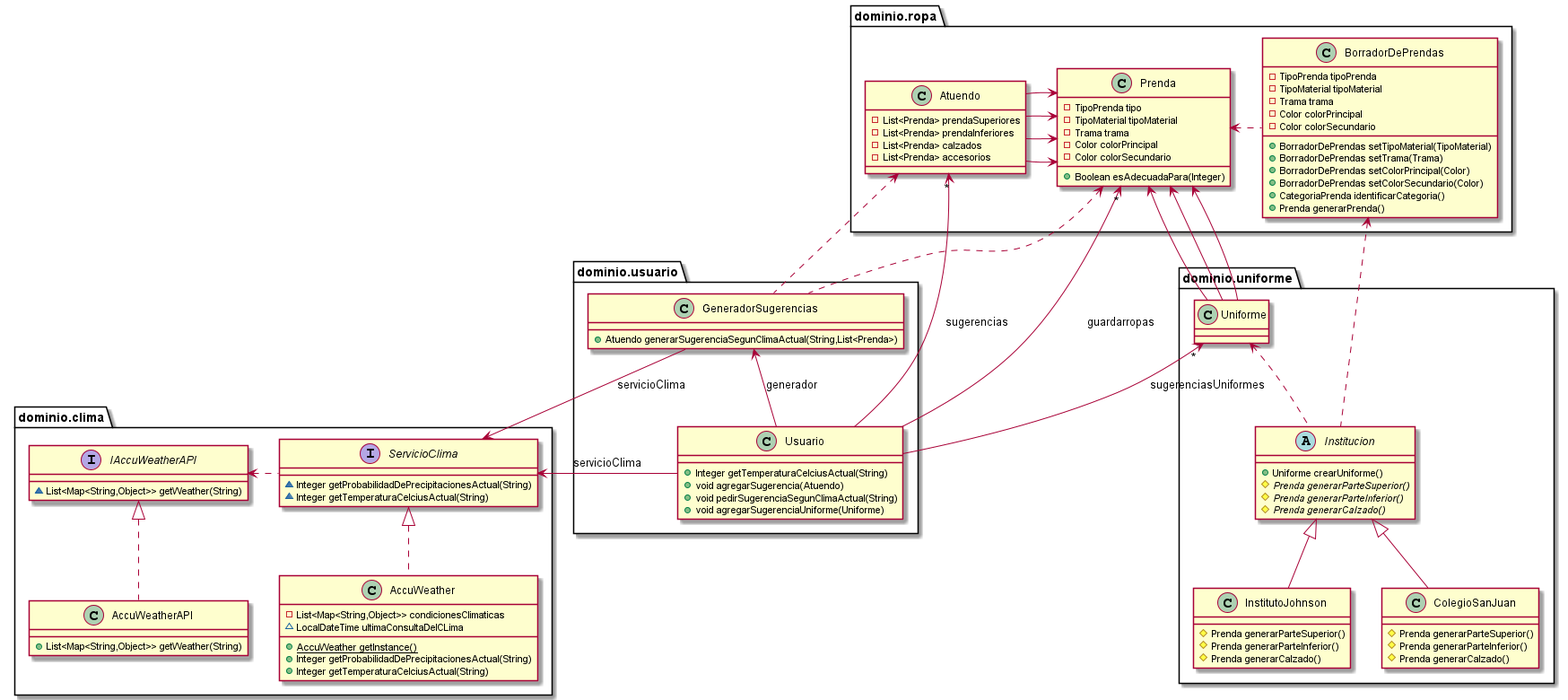
Earlier version of the PlantUML export diagramas/QMP4.png (AlejandroDeheza/QMP). Source of this version:
```plantuml
@startuml
abstract class dominio.uniforme.Institucion {
+ Uniforme crearUniforme()
# {abstract}Prenda generarParteSuperior()
# {abstract}Prenda generarParteInferior()
# {abstract}Prenda generarCalzado()
}
class dominio.clima.AccuWeatherAPI {
+ List<Map<String,Object>> getWeather(String)
}
interface dominio.clima.IAccuWeatherAPI {
~ List<Map<String,Object>> getWeather(String)
}
class dominio.uniforme.InstitutoJohnson {
# Prenda generarParteSuperior()
# Prenda generarParteInferior()
# Prenda generarCalzado()
}
class dominio.usuario.Usuario {
+ Integer getTemperaturaCelciusActual(String)
+ void agregarSugerencia(Atuendo)
+ void pedirSugerenciaSegunClimaActual(String)
+ void agregarSugerenciaUniforme(Uniforme)
}
class dominio.ropa.BorradorDePrendas {
- TipoPrenda tipoPrenda
- TipoMaterial tipoMaterial
- Trama trama
- Color colorPrincipal
- Color colorSecundario
+ BorradorDePrendas setTipoMaterial(TipoMaterial)
+ BorradorDePrendas setTrama(Trama)
+ BorradorDePrendas setColorPrincipal(Color)
+ BorradorDePrendas setColorSecundario(Color)
+ CategoriaPrenda identificarCategoria()
+ Prenda generarPrenda()
}
class dominio.clima.AccuWeather {
- List<Map<String,Object>> condicionesClimaticas
~ LocalDateTime ultimaConsultaDelCLima
+ {static} AccuWeather getInstance()
+ Integer getProbabilidadDePrecipitacionesActual(String)
+ Integer getTemperaturaCelciusActual(String)
}
class dominio.uniforme.ColegioSanJuan {
# Prenda generarParteSuperior()
# Prenda generarParteInferior()
# Prenda generarCalzado()
}
class dominio.usuario.GeneradorSugerencias {
+ Atuendo generarSugerenciaSegunClimaActual(String,List<Prenda>)
}
interface dominio.clima.ServicioClima {
~ Integer getProbabilidadDePrecipitacionesActual(String)
~ Integer getTemperaturaCelciusActual(String)
}
class dominio.uniforme.Uniforme {
}
class dominio.ropa.Prenda {
- TipoPrenda tipo
- TipoMaterial tipoMaterial
- Trama trama
- Color colorPrincipal
- Color colorSecundario
+ Boolean esAdecuadaPara(Integer)
}
class dominio.ropa.Atuendo {
- List<Prenda> prendaSuperiores
- List<Prenda> prendaInferiores
- List<Prenda> calzados
- List<Prenda> accesorios
}

dominio.uniforme.Institucion <|-- dominio.uniforme.InstitutoJohnson
dominio.uniforme.Institucion <|-- dominio.uniforme.ColegioSanJuan
dominio.ropa.Prenda <-- dominio.uniforme.Uniforme
dominio.ropa.Prenda <-- dominio.uniforme.Uniforme
dominio.ropa.Prenda <-- dominio.uniforme.Uniforme
dominio.ropa.Prenda <--left dominio.ropa.Atuendo
dominio.ropa.Prenda <-- dominio.ropa.Atuendo
dominio.ropa.Prenda <-- dominio.ropa.Atuendo
dominio.ropa.Prenda <-- dominio.ropa.Atuendo
dominio.uniforme.Uniforme "*" <-- dominio.usuario.Usuario: sugerenciasUniformes
dominio.uniforme.Uniforme <.. dominio.uniforme.Institucion
dominio.ropa.BorradorDePrendas <.. dominio.uniforme.Institucion
dominio.ropa.Prenda <..right dominio.ropa.BorradorDePrendas

dominio.ropa.Prenda "*" <-- dominio.usuario.Usuario: guardarropas
dominio.ropa.Atuendo "*" <-- dominio.usuario.Usuario: sugerencias
dominio.usuario.GeneradorSugerencias <-- dominio.usuario.Usuario: generador
dominio.clima.ServicioClima <--left dominio.usuario.Usuario: servicioClima
dominio.clima.ServicioClima <-- dominio.usuario.GeneradorSugerencias: servicioClima
dominio.clima.IAccuWeatherAPI <..right dominio.clima.ServicioClima
dominio.ropa.Atuendo <.. dominio.usuario.GeneradorSugerencias
dominio.ropa.Prenda <.. dominio.usuario.GeneradorSugerencias

dominio.clima.IAccuWeatherAPI <|.. dominio.clima.AccuWeatherAPI
dominio.clima.ServicioClima <|.. dominio.clima.AccuWeather
@enduml
```
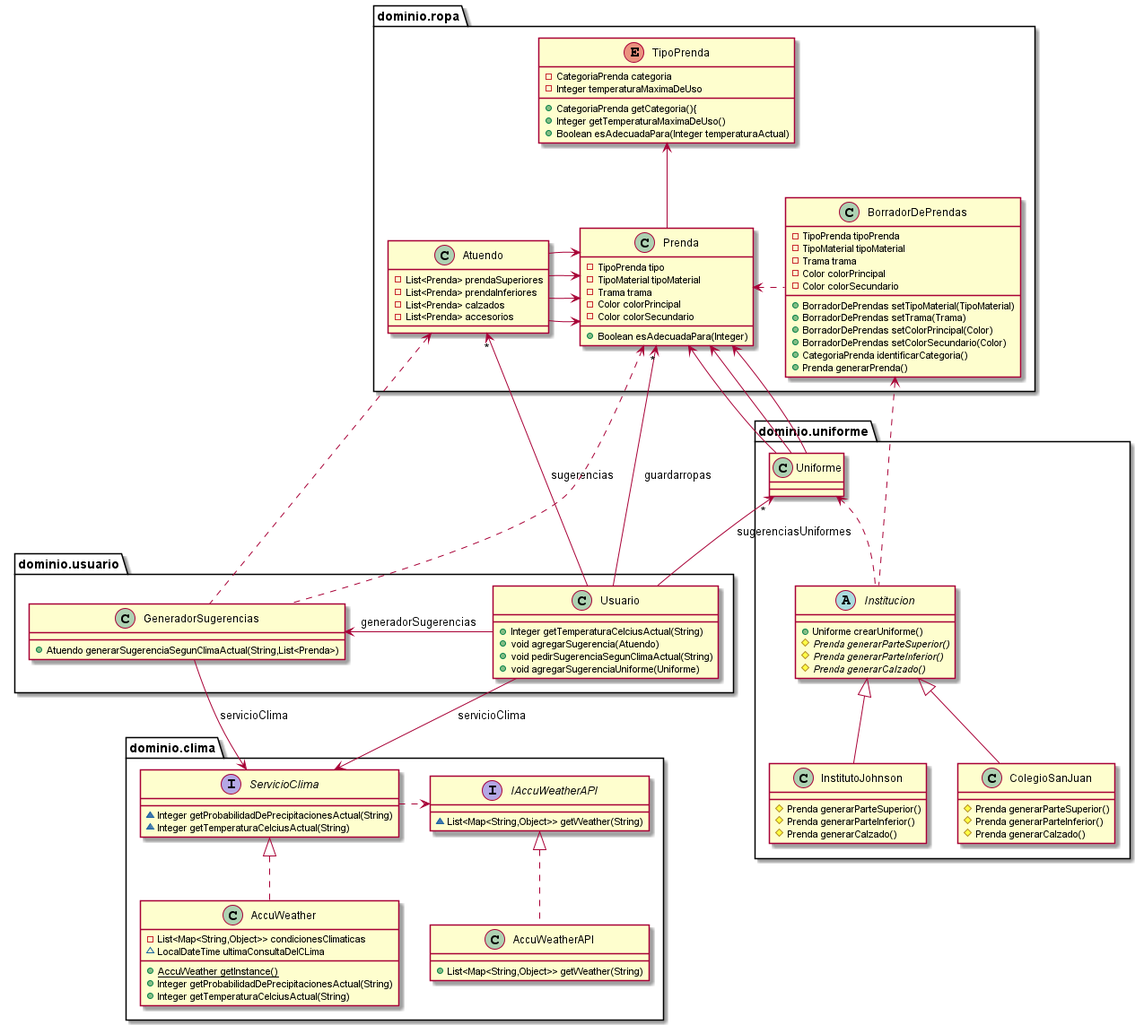
The same diagram one commit later.

Commit message:
Actualizo diagramas

Diff of the diagram source:
```diff
@@ -71,6 +71,16 @@
 - List<Prenda> accesorios
 }
 
+enum dominio.ropa.TipoPrenda {
+- CategoriaPrenda categoria
+- Integer temperaturaMaximaDeUso
++ CategoriaPrenda getCategoria(){
++ Integer getTemperaturaMaximaDeUso()
++ Boolean esAdecuadaPara(Integer temperaturaActual)
+}
+
+dominio.ropa.TipoPrenda <--down dominio.ropa.Prenda
+
 dominio.uniforme.Institucion <|-- dominio.uniforme.InstitutoJohnson
 dominio.uniforme.Institucion <|-- dominio.uniforme.ColegioSanJuan
 dominio.ropa.Prenda <-- dominio.uniforme.Uniforme
@@ -87,10 +97,10 @@
 
 dominio.ropa.Prenda "*" <-- dominio.usuario.Usuario: guardarropas
 dominio.ropa.Atuendo "*" <-- dominio.usuario.Usuario: sugerencias
-dominio.usuario.GeneradorSugerencias <-- dominio.usuario.Usuario: generador
-dominio.clima.ServicioClima <--left dominio.usuario.Usuario: servicioClima
-dominio.clima.ServicioClima <-- dominio.usuario.GeneradorSugerencias: servicioClima
-dominio.clima.IAccuWeatherAPI <..right dominio.clima.ServicioClima
+dominio.usuario.GeneradorSugerencias <--left dominio.usuario.Usuario: generadorSugerencias
+dominio.clima.ServicioClima <--up dominio.usuario.Usuario: servicioClima
+dominio.clima.ServicioClima <--up dominio.usuario.GeneradorSugerencias: servicioClima
+dominio.clima.IAccuWeatherAPI <..left dominio.clima.ServicioClima
 dominio.ropa.Atuendo <.. dominio.usuario.GeneradorSugerencias
 dominio.ropa.Prenda <.. dominio.usuario.GeneradorSugerencias
 
```
